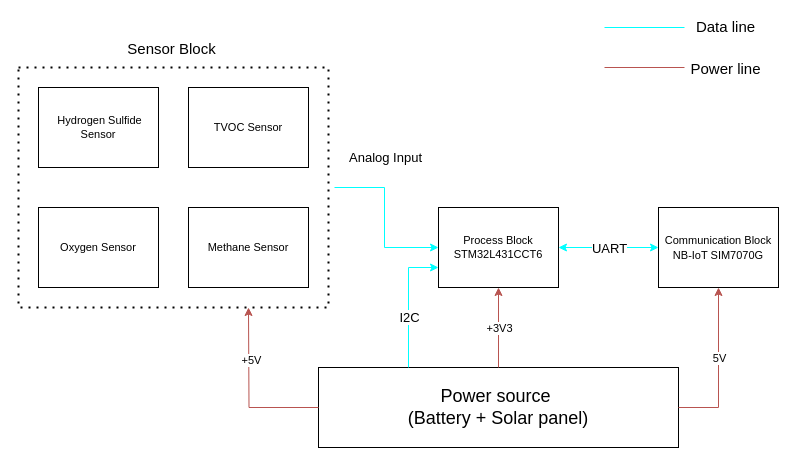
Before: Project_overall.drawio in K2ayzz/ForDrawIO, a draw.io diagram. Source tidied: cells renumbered, new cells numbered last; positions are measured from the earlier drawing's top-left corner, leaving out a move shared by most shapes. Both pictures are drawn from the tidied source at 100%, with x=0, y=0 at pixel (18, 27).
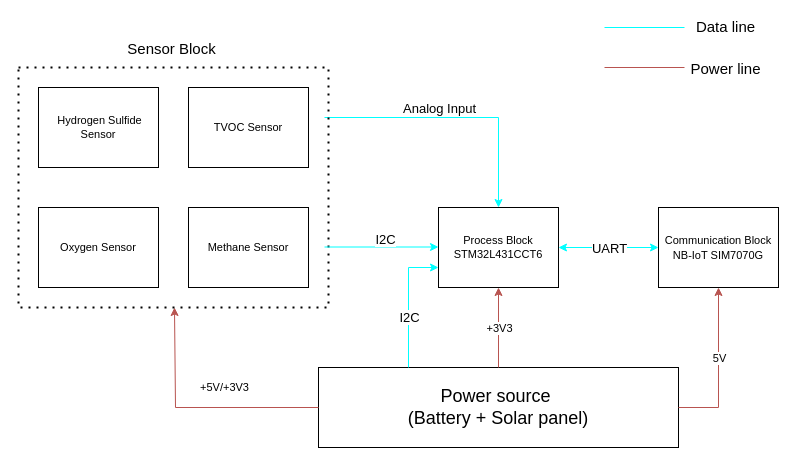
The same page after the edit.

Commit message:
Cập nhật Project_overall.drawio

The change refers to these unchanged cells:
```xml
<mxCell id="2" value="&lt;font style=&quot;font-size: 18px;&quot;&gt;Power source&amp;nbsp;&lt;/font&gt;&lt;div&gt;&lt;font style=&quot;font-size: 18px;&quot;&gt;(Battery + Solar panel)&lt;/font&gt;&lt;/div&gt;" style="rounded=0;whiteSpace=wrap;html=1;" parent="1" vertex="1">
  <mxGeometry x="300" y="340" width="360" height="80" as="geometry" />
</mxCell>
<mxCell id="6" value="Process Block&lt;br style=&quot;font-size: 11px;&quot;&gt;STM32L431CCT6" style="whiteSpace=wrap;html=1;rounded=0;fontSize=11;" parent="1" vertex="1">
  <mxGeometry x="420" y="180" width="120" height="80" as="geometry" />
</mxCell>
```

Diff of the diagram source:
```diff
@@
     <mxCell id="3" style="edgeStyle=orthogonalEdgeStyle;rounded=0;jettySize=auto;html=1;exitX=0;exitY=0.5;exitDx=0;exitDy=0;fillColor=#f8cecc;gradientColor=#ea6b66;strokeColor=#b85450;" parent="1" edge="1" source="2">
       <mxGeometry relative="1" as="geometry">
-        <mxPoint x="230" y="280" as="targetPoint" />
+        <mxPoint x="156" y="280" as="targetPoint" />
+        <Array as="points">
+          <mxPoint x="157" y="380" />
+        </Array>
       </mxGeometry>
     </mxCell>
-    <mxCell id="4" value="+5V" style="edgeLabel;html=1;align=center;verticalAlign=middle;" parent="3" vertex="1">
-      <mxGeometry x="0.38" y="-2" relative="1" as="geometry" />
+    <mxCell id="4" value="+5V/+3V3" style="edgeLabel;html=1;align=center;verticalAlign=middle;" parent="3" vertex="1">
+      <mxGeometry x="0.38" y="-2" relative="1" as="geometry">
+        <mxPoint x="47" y="5" as="offset" />
+      </mxGeometry>
     </mxCell>
@@
-    <mxCell id="12" style="endArrow=classic;html=1;rounded=0;entryX=0;entryY=0.5;entryDx=0;entryDy=0;fillColor=#dae8fc;gradientColor=#7ea6e0;strokeColor=#00FFFF;" parent="1" edge="1" target="6">
+    <mxCell id="12" style="endArrow=classic;html=1;rounded=0;entryX=0.5;entryY=0;entryDx=0;entryDy=0;fillColor=#dae8fc;gradientColor=#7ea6e0;strokeColor=#00FFFF;" parent="1" edge="1" target="6">
       <mxGeometry relative="1" as="geometry">
-        <mxPoint x="316" y="160" as="sourcePoint" />
+        <mxPoint x="306" y="90" as="sourcePoint" />
         <Array as="points">
-          <mxPoint x="366" y="160" />
-          <mxPoint x="366" y="220" />
+          <mxPoint x="480" y="90" />
         </Array>
       </mxGeometry>
     </mxCell>
     <mxCell id="13" value="&lt;font style=&quot;font-size: 13px;&quot;&gt;Analog Input&lt;/font&gt;" style="edgeLabel;html=1;align=center;verticalAlign=middle;fontColor=#000000;fontSize=9;" parent="12" vertex="1">
       <mxGeometry x="-0.3" y="3" relative="1" as="geometry">
-        <mxPoint x="-3" y="-38" as="offset" />
+        <mxPoint x="22" y="-7" as="offset" />
       </mxGeometry>
     </mxCell>
@@
+    <mxCell id="27" style="endArrow=classic;html=1;rounded=0;entryX=0;entryY=0.5;entryDx=0;entryDy=0;fillColor=#dae8fc;gradientColor=#7ea6e0;strokeColor=#00FFFF;" parent="1" edge="1">
+      <mxGeometry relative="1" as="geometry">
+        <mxPoint x="306" y="219.5" as="sourcePoint" />
+        <mxPoint x="420" y="219.5" as="targetPoint" />
+      </mxGeometry>
+    </mxCell>
+    <mxCell id="28" value="&lt;font style=&quot;font-size: 13px;&quot;&gt;I2C&lt;/font&gt;" style="edgeLabel;html=1;align=center;verticalAlign=middle;fontColor=#000000;fontSize=9;" parent="27" vertex="1">
+      <mxGeometry x="-0.3" y="3" relative="1" as="geometry">
+        <mxPoint x="20" y="-5" as="offset" />
+      </mxGeometry>
+    </mxCell>
```
